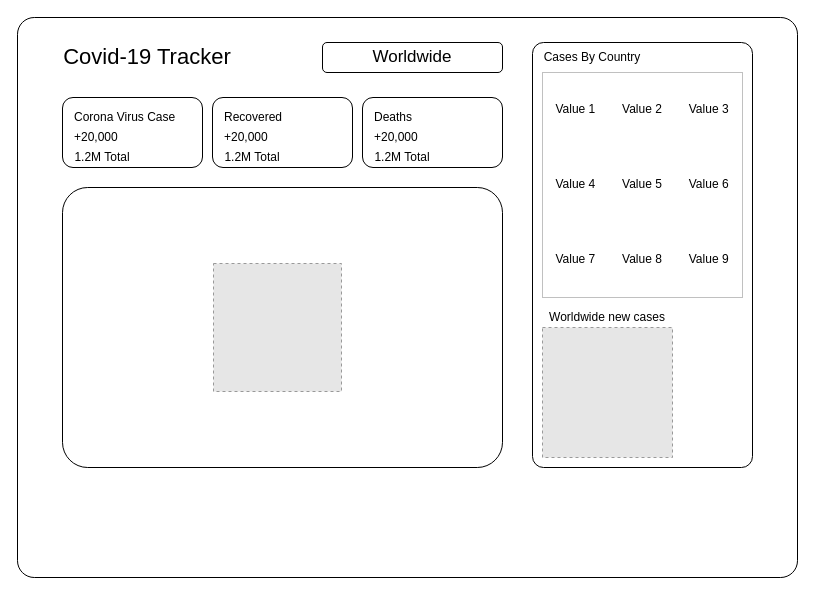
Before: Covid-19 Tracker.drawio in sthasadin/wireframe-diagrams, a draw.io diagram. Source tidied: cells renumbered, new cells numbered last; positions are measured from the earlier drawing's top-left corner, leaving out a move shared by most shapes. Both pictures are drawn from the tidied source at 100%, with x=0, y=0 at pixel (17, 17). Pictures stored in the file or linked from it are replaced by grey dashed boxes.
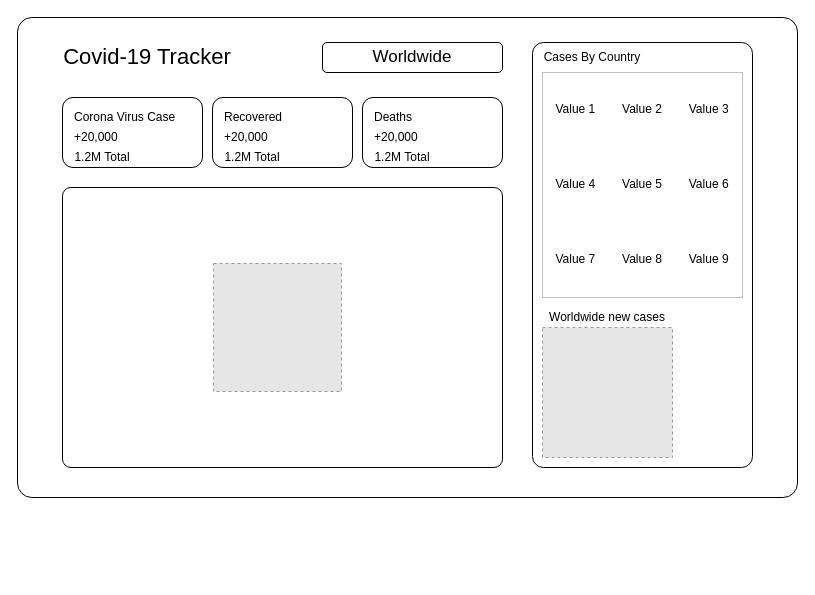
Above is the later version.

Diff of the diagram source:
```diff
@@
     <mxCell id="2" style="rounded=1;whiteSpace=wrap;html=1;arcSize=3;" parent="1" vertex="1">
-      <mxGeometry width="780" height="560" as="geometry" />
+      <mxGeometry width="780" height="480" as="geometry" />
     </mxCell>
@@
-    <mxCell id="18" style="rounded=1;whiteSpace=wrap;html=1;arcSize=9;" parent="1" vertex="1">
+    <mxCell id="18" style="rounded=1;whiteSpace=wrap;html=1;arcSize=3;" parent="1" vertex="1">
       <mxGeometry x="45" y="170" width="440" height="280" as="geometry" />
     </mxCell>
```
